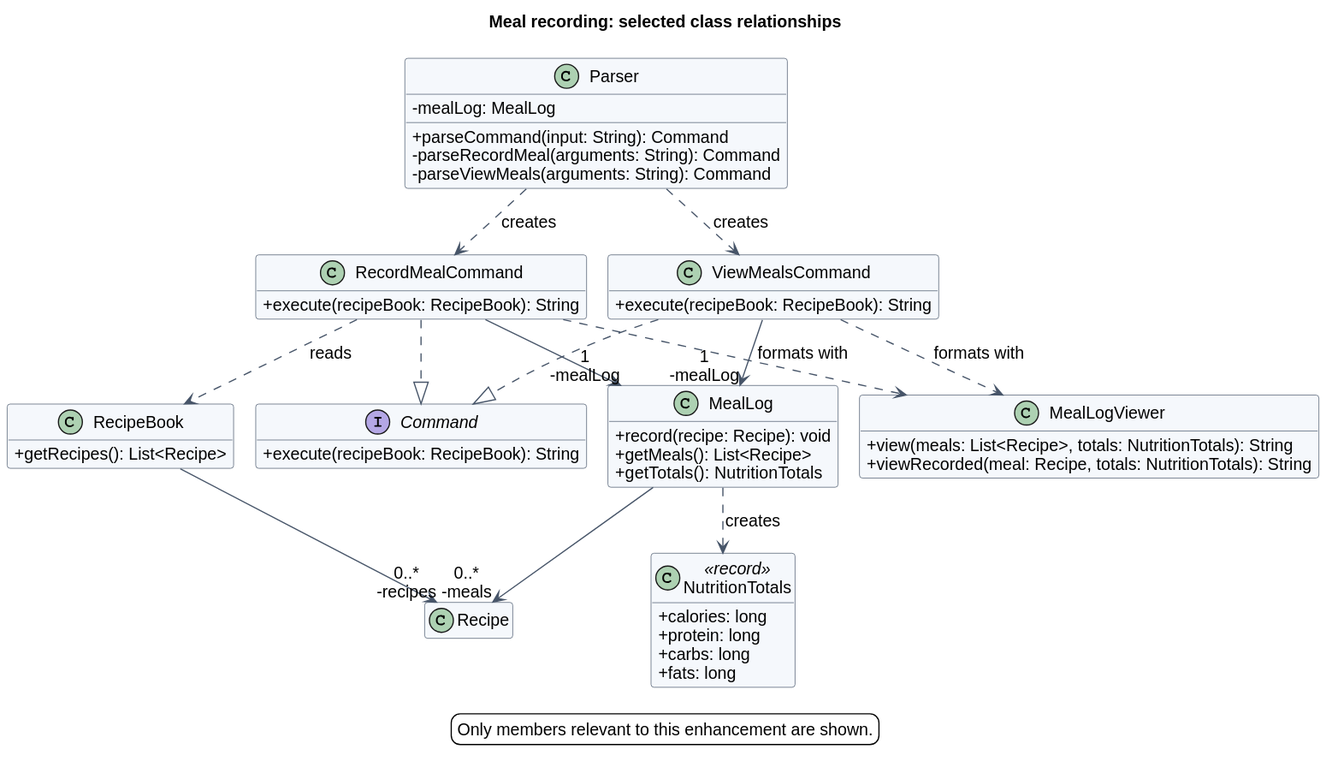
Above: docs/images/record-meal/classes.svg in AY2627S1-CS2113-W13-4/tp (PlantUML), before the change.
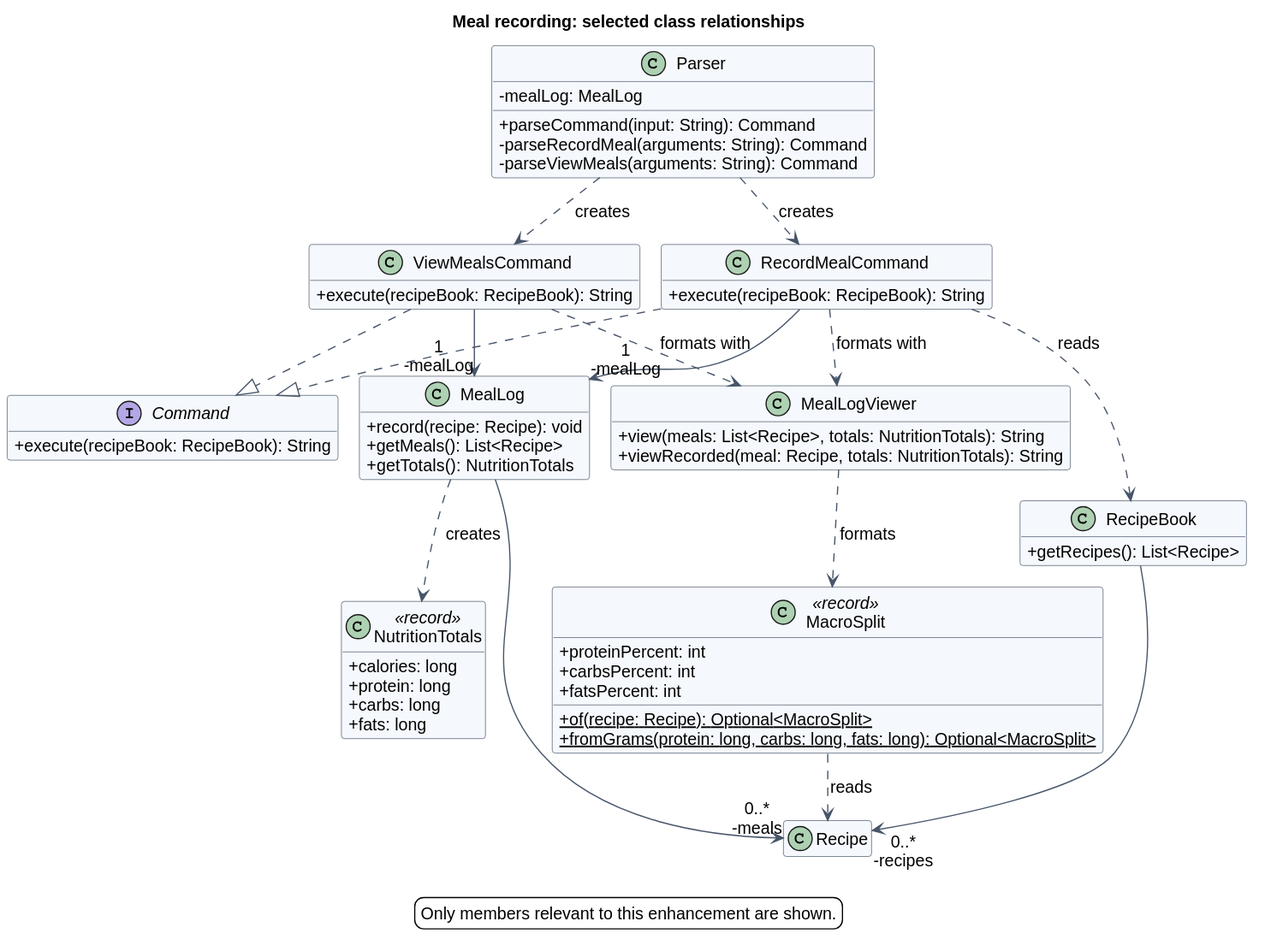
Later version of the same file.

Change to the diagram source:
```diff
@@ -37,6 +37,13 @@
   + view(meals: List<Recipe>, totals: NutritionTotals): String
   + viewRecorded(meal: Recipe, totals: NutritionTotals): String
 }
+class MacroSplit <<record>> {
+  + proteinPercent: int
+  + carbsPercent: int
+  + fatsPercent: int
+  + {static} of(recipe: Recipe): Optional<MacroSplit>
+  + {static} fromGrams(protein: long, carbs: long, fats: long): Optional<MacroSplit>
+}
 class RecipeBook {
   + getRecipes(): List<Recipe>
 }
@@ -52,6 +59,8 @@
 ViewMealsCommand --> "1\n-mealLog" MealLog
 ViewMealsCommand ..> MealLogViewer : formats with
 MealLog ..> NutritionTotals : creates
+MealLogViewer ..> MacroSplit : formats
+MacroSplit ..> Recipe : reads
 MealLog --> "0..*\n-meals" Recipe
 RecipeBook --> "0..*\n-recipes" Recipe
 
```
